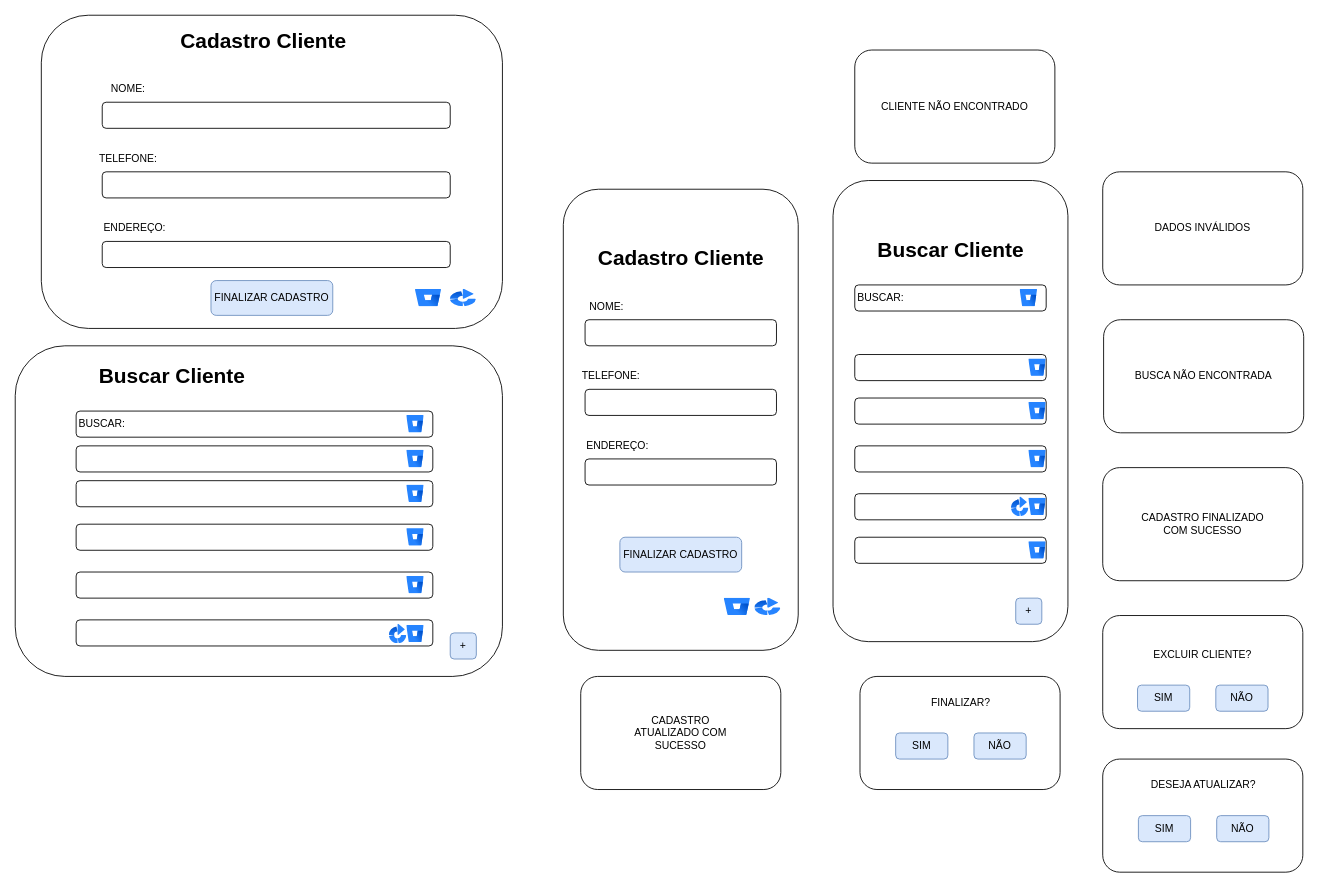
juliareis14/avatar.app keeps this draw.io diagram as page "Página-1" (1 of 13) of DOC/tela.drawio. Above is the earlier version. Source tidied: cells renumbered, new cells numbered last; positions are measured from the earlier drawing's top-left corner, leaving out a move shared by most shapes. Both pictures are drawn from the tidied source at 87%, with x=0, y=0 at pixel (15, 15).
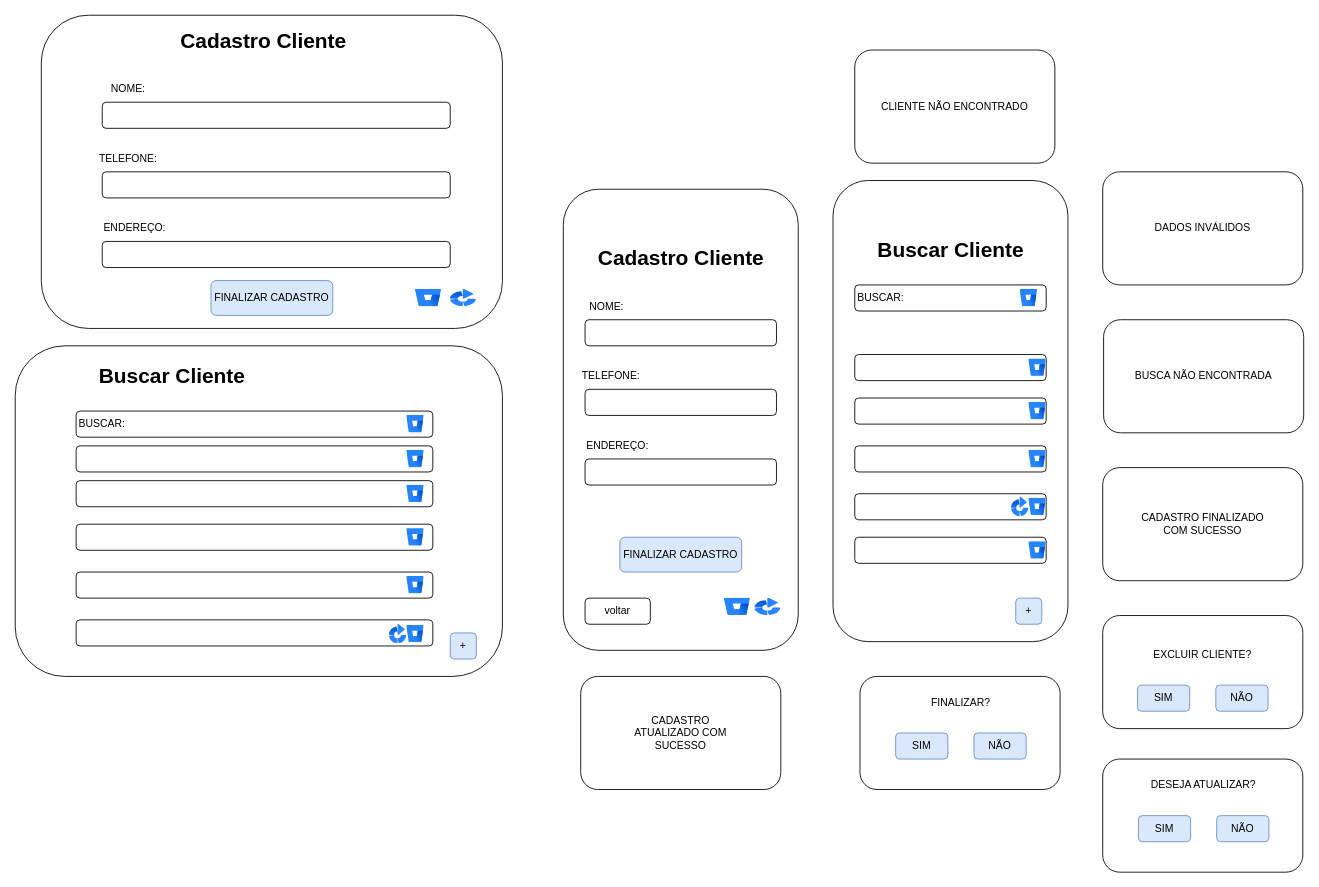
After the change.

What changed in the source:
```diff
@@
+    <mxCell id="77" value="voltar" style="rounded=1;whiteSpace=wrap;html=1;" parent="1" vertex="1">
+      <mxGeometry x="655" y="670" width="75" height="30" as="geometry" />
+    </mxCell>
```
